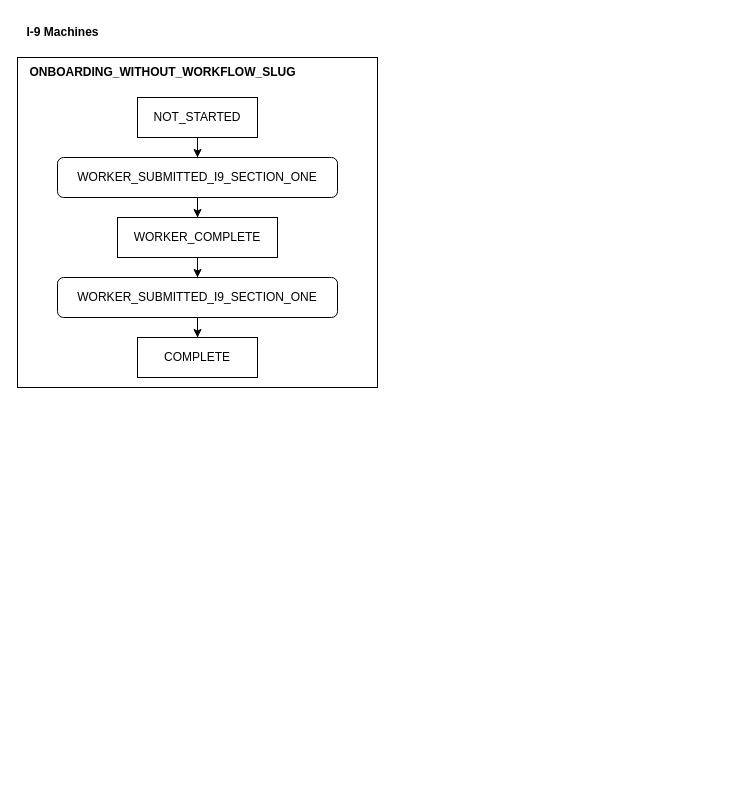
baldore/angelo keeps this draw.io diagram as state machines.drawio. Above is the earlier version. Source tidied: cells renumbered, new cells numbered last; positions are measured from the earlier drawing's top-left corner, leaving out a move shared by most shapes. Both pictures are drawn from the tidied source at 100%, with x=0, y=0 at pixel (17, 17).
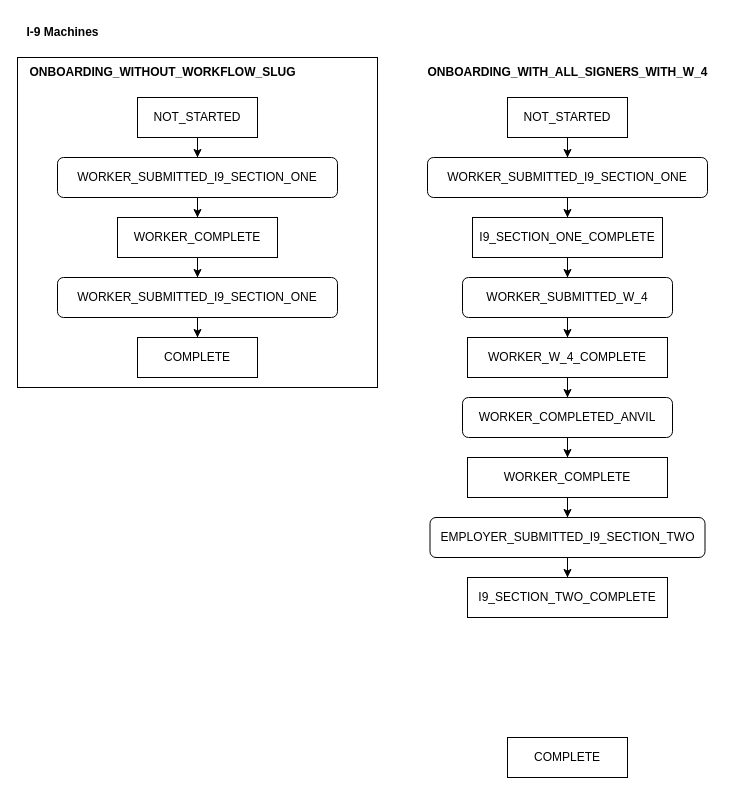
The same page after the edit.

The edit, as a diff of the source:
```diff
@@
+    <mxCell id="15" style="edgeStyle=orthogonalEdgeStyle;rounded=0;jettySize=auto;html=1;" parent="1" edge="1" source="16" target="19">
+      <mxGeometry relative="1" as="geometry" />
+    </mxCell>
+    <mxCell id="16" value="NOT_STARTED" style="whiteSpace=wrap;html=1;" parent="1" vertex="1">
+      <mxGeometry x="490" y="80" width="120" height="40" as="geometry" />
+    </mxCell>
+    <mxCell id="17" value="COMPLETE" style="whiteSpace=wrap;html=1;" parent="1" vertex="1">
+      <mxGeometry x="490" y="720" width="120" height="40" as="geometry" />
+    </mxCell>
+    <mxCell id="18" style="edgeStyle=orthogonalEdgeStyle;rounded=0;jettySize=auto;html=1;entryX=0.5;entryY=0;entryDx=0;entryDy=0;" parent="1" edge="1" source="19" target="21">
+      <mxGeometry relative="1" as="geometry" />
+    </mxCell>
+    <mxCell id="19" value="WORKER_SUBMITTED_I9_SECTION_ONE" style="rounded=1;whiteSpace=wrap;html=1;" parent="1" vertex="1">
+      <mxGeometry x="410" y="140" width="280" height="40" as="geometry" />
+    </mxCell>
+    <mxCell id="20" style="edgeStyle=orthogonalEdgeStyle;rounded=0;jettySize=auto;html=1;entryX=0.5;entryY=0;entryDx=0;entryDy=0;" parent="1" edge="1" source="21" target="24">
+      <mxGeometry relative="1" as="geometry" />
+    </mxCell>
+    <mxCell id="21" value="I9_SECTION_ONE_COMPLETE" style="whiteSpace=wrap;html=1;" parent="1" vertex="1">
+      <mxGeometry x="455" y="200" width="190" height="40" as="geometry" />
+    </mxCell>
+    <mxCell id="22" value="ONBOARDING_WITH_ALL_SIGNERS_WITH_W_4" style="text;html=1;align=center;verticalAlign=middle;strokeColor=none;fillColor=none;fontStyle=1;" parent="1" vertex="1">
+      <mxGeometry x="400" y="40" width="300" height="30" as="geometry" />
+    </mxCell>
+    <mxCell id="23" style="edgeStyle=orthogonalEdgeStyle;rounded=0;jettySize=auto;html=1;" parent="1" edge="1" source="24" target="26">
+      <mxGeometry relative="1" as="geometry" />
+    </mxCell>
+    <mxCell id="24" value="WORKER_SUBMITTED_W_4" style="rounded=1;whiteSpace=wrap;html=1;" parent="1" vertex="1">
+      <mxGeometry x="445" y="260" width="210" height="40" as="geometry" />
+    </mxCell>
+    <mxCell id="25" style="edgeStyle=orthogonalEdgeStyle;rounded=0;jettySize=auto;html=1;" parent="1" edge="1" source="26" target="28">
+      <mxGeometry relative="1" as="geometry" />
+    </mxCell>
+    <mxCell id="26" value="WORKER_W_4_COMPLETE" style="whiteSpace=wrap;html=1;" parent="1" vertex="1">
+      <mxGeometry x="450" y="320" width="200" height="40" as="geometry" />
+    </mxCell>
+    <mxCell id="27" style="edgeStyle=orthogonalEdgeStyle;rounded=0;jettySize=auto;html=1;" parent="1" edge="1" source="28" target="30">
+      <mxGeometry relative="1" as="geometry" />
+    </mxCell>
+    <mxCell id="28" value="WORKER_COMPLETED_ANVIL" style="rounded=1;whiteSpace=wrap;html=1;" parent="1" vertex="1">
+      <mxGeometry x="445" y="380" width="210" height="40" as="geometry" />
+    </mxCell>
+    <mxCell id="29" style="edgeStyle=orthogonalEdgeStyle;rounded=0;jettySize=auto;html=1;" parent="1" edge="1" source="30" target="32">
+      <mxGeometry relative="1" as="geometry" />
+    </mxCell>
+    <mxCell id="30" value="WORKER_COMPLETE" style="whiteSpace=wrap;html=1;" parent="1" vertex="1">
+      <mxGeometry x="450" y="440" width="200" height="40" as="geometry" />
+    </mxCell>
+    <mxCell id="31" style="edgeStyle=orthogonalEdgeStyle;rounded=0;jettySize=auto;html=1;" parent="1" edge="1" source="32" target="33">
+      <mxGeometry relative="1" as="geometry" />
+    </mxCell>
+    <mxCell id="32" value="EMPLOYER_SUBMITTED_I9_SECTION_TWO" style="rounded=1;whiteSpace=wrap;html=1;" parent="1" vertex="1">
+      <mxGeometry x="412.5" y="500" width="275" height="40" as="geometry" />
+    </mxCell>
+    <mxCell id="33" value="I9_SECTION_TWO_COMPLETE" style="whiteSpace=wrap;html=1;" parent="1" vertex="1">
+      <mxGeometry x="450" y="560" width="200" height="40" as="geometry" />
+    </mxCell>
```
